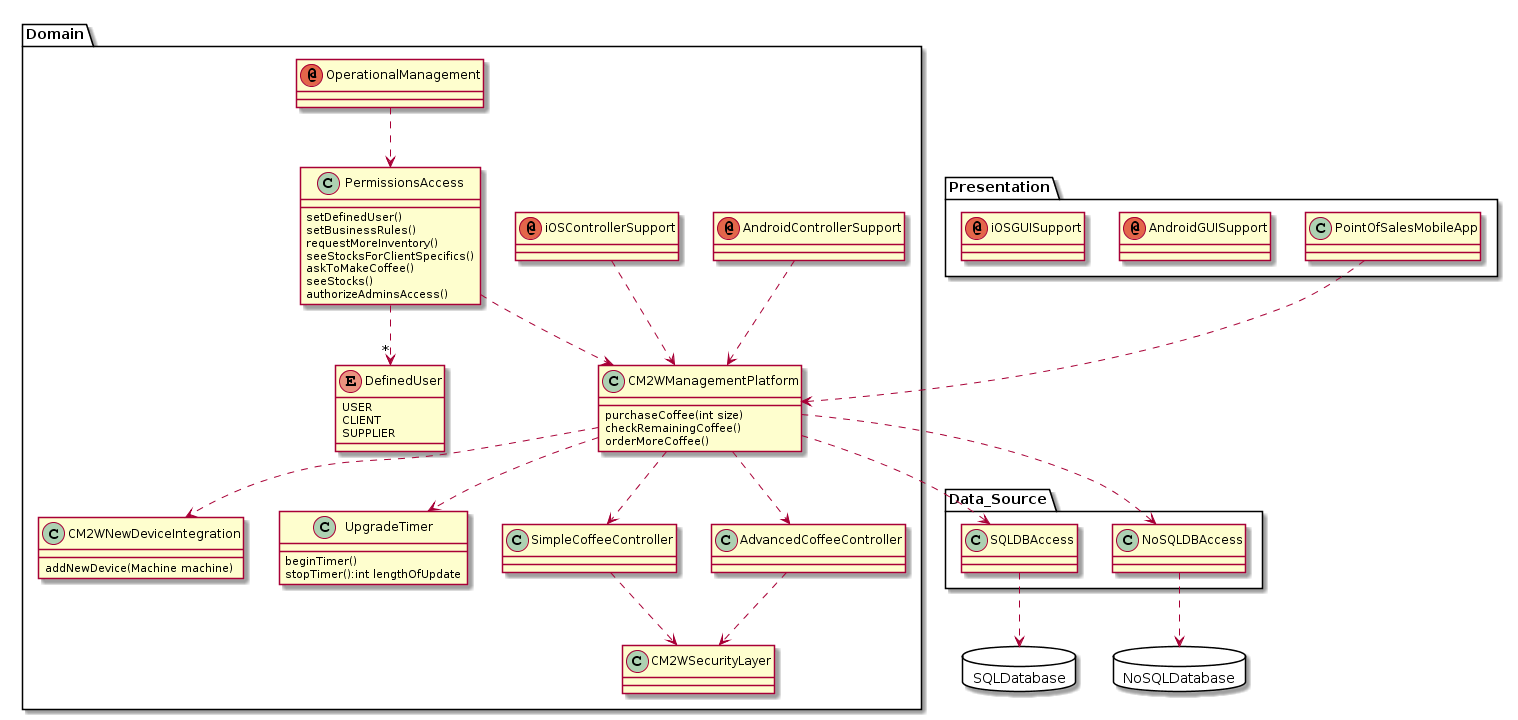
dgruninger97/Project keeps this PlantUML diagram as docs/images/DomainModelMethods.png. Above is the earlier version. Its diagram source:
```plantuml
@startuml
class Presentation.PointOfSalesMobileApp{
}
annotation Presentation.AndroidGUISupport
annotation Presentation.iOSGUISupport
annotation Domain.AndroidControllerSupport
annotation Domain.iOSControllerSupport
annotation Domain.OperationalManagement
enum Domain.DefinedUser{
USER
CLIENT
SUPPLIER
}
class Domain.CM2WManagementPlatform{
purchaseCoffee(int size)
checkRemainingCoffee()
orderMoreCoffee()
}
class Domain.CM2WNewDeviceIntegration{
addNewDevice(Machine machine)
}
class Domain.UpgradeTimer{
beginTimer()
stopTimer():int lengthOfUpdate
}
class Domain.CM2WSecurityLayer{
}
class Domain.SimpleCoffeeController{
}
class Domain.AdvancedCoffeeController{
}
class Data_Source.SQLDBAccess{
}
class Data_Source.NoSQLDBAccess{
}
package SQLDatabase <<Database>>{
}
package NoSQLDatabase <<Database>>{
}
class Domain.PermissionsAccess{
setDefinedUser()
setBusinessRules()
requestMoreInventory()
seeStocksForClientSpecifics()
askToMakeCoffee()
seeStocks()
authorizeAdminsAccess()
}
Domain.OperationalManagement ..> Domain.PermissionsAccess
Domain.AndroidControllerSupport..> Domain.CM2WManagementPlatform
Domain.iOSControllerSupport ..> Domain.CM2WManagementPlatform
Presentation.PointOfSalesMobileApp ..> Domain.CM2WManagementPlatform
Domain.CM2WManagementPlatform ..> Data_Source.SQLDBAccess
Domain.SimpleCoffeeController ..> Domain.CM2WSecurityLayer
Domain.AdvancedCoffeeController ..> Domain.CM2WSecurityLayer
Domain.CM2WManagementPlatform ..> Data_Source.NoSQLDBAccess
Domain.CM2WManagementPlatform ..> Domain.UpgradeTimer
Domain.CM2WManagementPlatform ..> Domain.CM2WNewDeviceIntegration
Domain.CM2WManagementPlatform ..> Domain.SimpleCoffeeController
Domain.CM2WManagementPlatform ..> Domain.AdvancedCoffeeController
Domain.PermissionsAccess ..> Domain.CM2WManagementPlatform
Domain.PermissionsAccess ..>"*" Domain.DefinedUser
Data_Source.SQLDBAccess ..> SQLDatabase
Data_Source.NoSQLDBAccess ..> NoSQLDatabase
@enduml
```
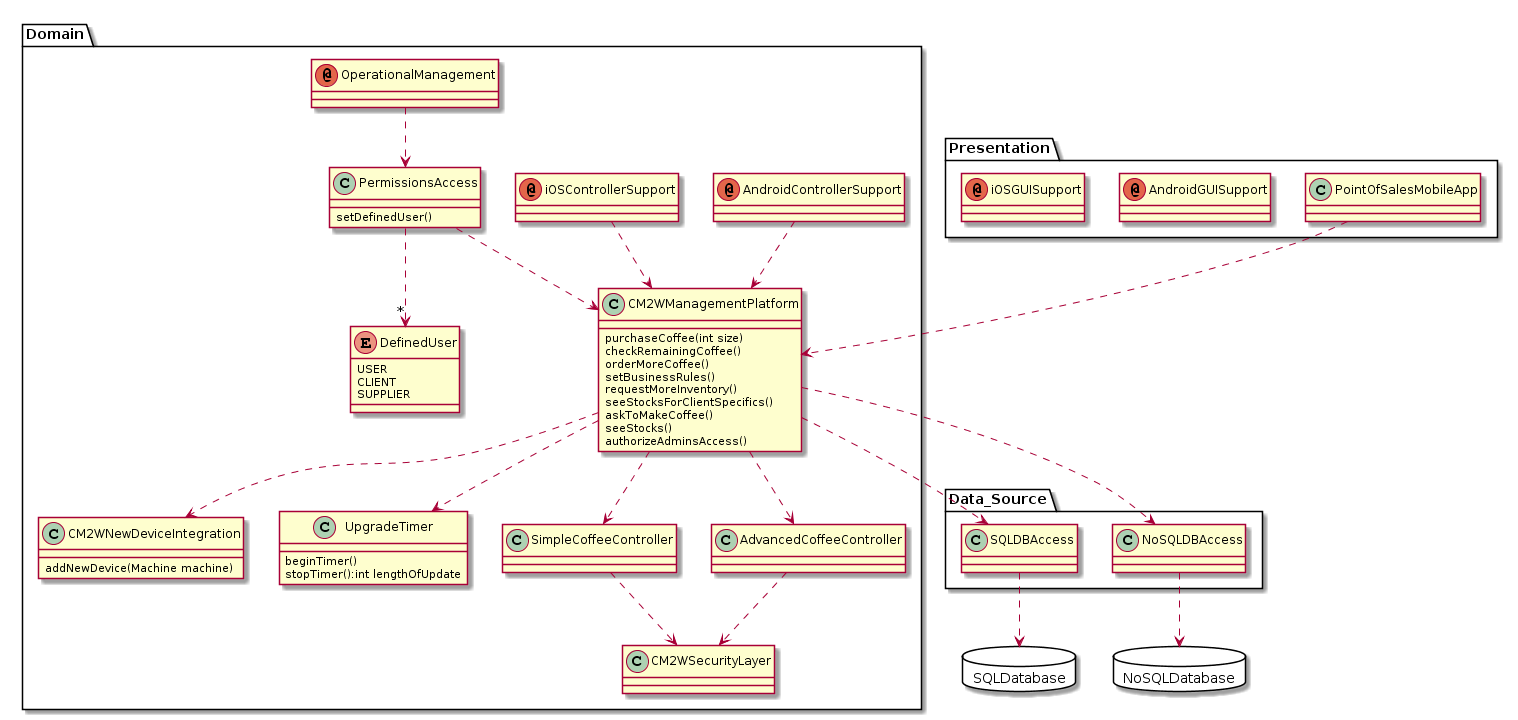
After the change.

Commit message:
ADD Iteration 2 working on last step

Diff of the diagram source:
```diff
@@ -15,6 +15,12 @@
 purchaseCoffee(int size)
 checkRemainingCoffee()
 orderMoreCoffee()
+setBusinessRules()
+requestMoreInventory()
+seeStocksForClientSpecifics()
+askToMakeCoffee()
+seeStocks()
+authorizeAdminsAccess()
 }
 class Domain.CM2WNewDeviceIntegration{
 addNewDevice(Machine machine)
@@ -39,12 +45,6 @@
 }
 class Domain.PermissionsAccess{
 setDefinedUser()
-setBusinessRules()
-requestMoreInventory()
-seeStocksForClientSpecifics()
-askToMakeCoffee()
-seeStocks()
-authorizeAdminsAccess()
 }
 Domain.OperationalManagement ..> Domain.PermissionsAccess
 Domain.AndroidControllerSupport..> Domain.CM2WManagementPlatform
```
